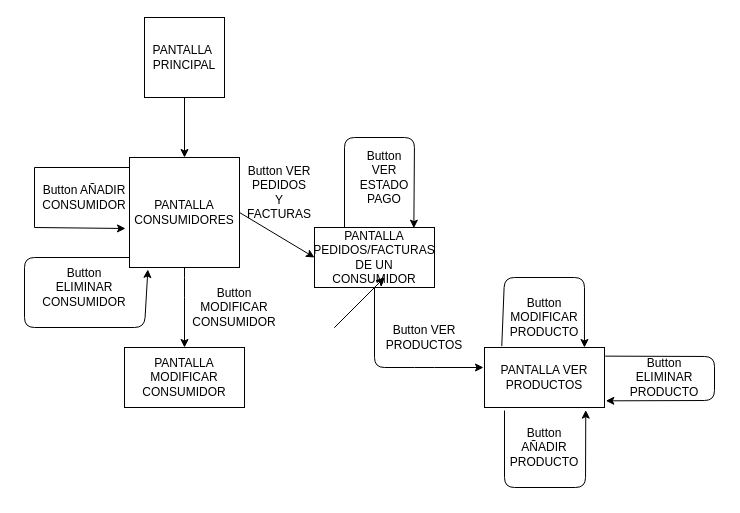
Above: Mapa.drawio in katacliny/practica (draw.io), before the change. Source tidied: cells renumbered, new cells numbered last; positions are measured from the earlier drawing's top-left corner, leaving out a move shared by most shapes. Both pictures are drawn from the tidied source at 100%, with x=0, y=0 at pixel (24, 17).
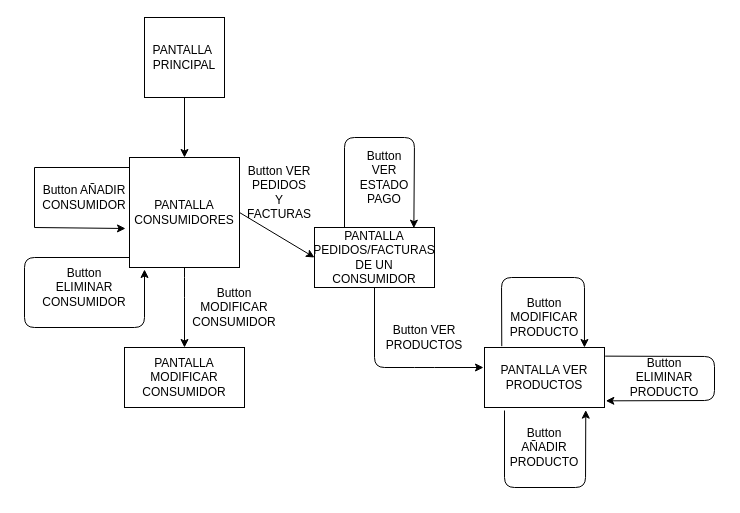
The same page after the edit.

The change refers to these unchanged cells:
```xml
<mxCell id="5" value="PANTALLA CONSUMIDORES" style="whiteSpace=wrap;html=1;" parent="1" vertex="1">
  <mxGeometry x="105" y="140" width="110" height="110" as="geometry" />
</mxCell>
<mxCell id="11" value="PANTALLA VER PRODUCTOS" style="rounded=0;whiteSpace=wrap;html=1;" parent="1" vertex="1">
  <mxGeometry x="460" y="330" width="120" height="60" as="geometry" />
</mxCell>
```

The edit, as a diff of the source:
```diff
@@
-    <mxCell id="16" style="endArrow=classic;html=1;entryX=0.167;entryY=1.018;entryDx=0;entryDy=0;entryPerimeter=0;" parent="1" edge="1" target="5">
+    <mxCell id="16" style="endArrow=classic;html=1;" parent="1" edge="1">
       <mxGeometry relative="1" as="geometry">
         <mxPoint x="105" y="240" as="sourcePoint" />
+        <mxPoint x="120" y="252" as="targetPoint" />
         <Array as="points">
           <mxPoint y="240" />
           <mxPoint y="310" />
           <mxPoint x="120" y="310" />
         </Array>
       </mxGeometry>
     </mxCell>
@@
     <mxCell id="21" style="endArrow=classic;html=1;exitX=0.144;exitY=-0.022;exitDx=0;exitDy=0;entryX=0.833;entryY=0;entryDx=0;entryDy=0;exitPerimeter=0;entryPerimeter=0;" parent="1" edge="1" source="11" target="11">
       <mxGeometry relative="1" as="geometry">
         <Array as="points">
-          <mxPoint x="480" y="260" />
+          <mxPoint x="477" y="260" />
           <mxPoint x="560" y="260" />
         </Array>
       </mxGeometry>
     </mxCell>
@@
-    <mxCell id="25" style="endArrow=classic;html=1;" parent="1" edge="1">
-      <mxGeometry relative="1" as="geometry">
-        <mxPoint x="310" y="310" as="sourcePoint" />
-        <mxPoint x="360" y="260" as="targetPoint" />
-      </mxGeometry>
-    </mxCell>
-    <mxCell id="26" style="endArrow=classic;html=1;" parent="1" edge="1">
-      <mxGeometry relative="1" as="geometry">
-        <mxPoint x="310" y="310" as="sourcePoint" />
-        <mxPoint x="360" y="260" as="targetPoint" />
-      </mxGeometry>
-    </mxCell>
```
